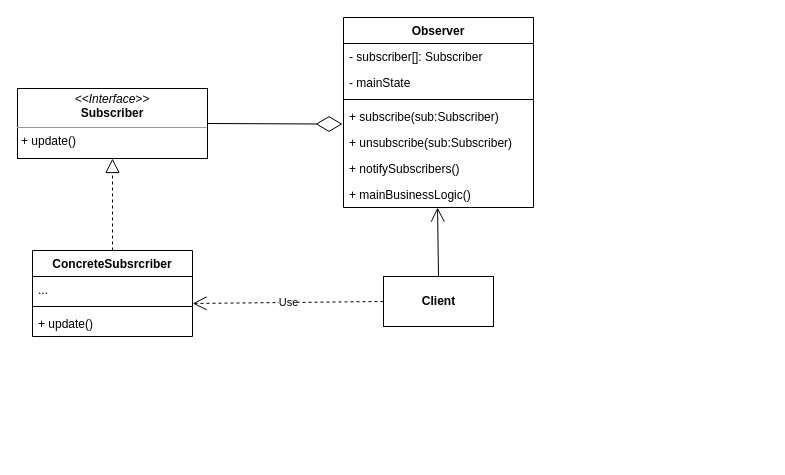
This is 观察者模式.drawio from HsoulLink/designpattern_pic, a draw.io file, before an edit. Source tidied: cells renumbered, new cells numbered last; positions are measured from the earlier drawing's top-left corner, leaving out a move shared by most shapes. Both pictures are drawn from the tidied source at 100%, with x=0, y=0 at pixel (17, 17).
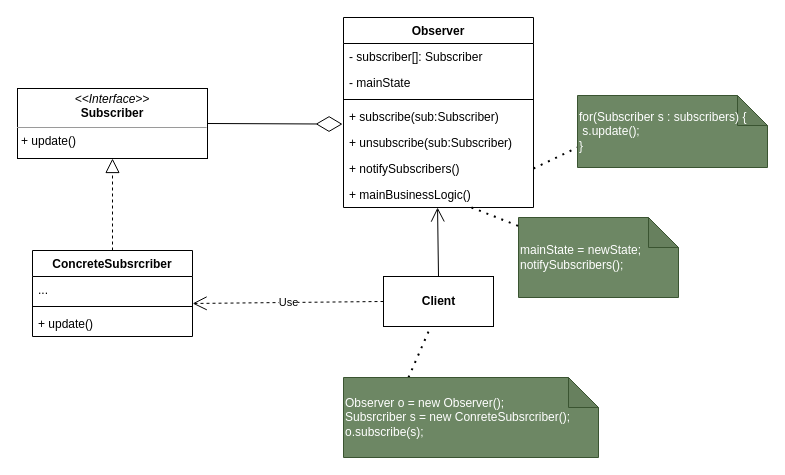
The same diagram, later.

Commit message (it also covers changes not shown here):
更新观察者模式.drawio

Unchanged cells that the change refers to:
```xml
<mxCell id="8" value="+ notifySubscribers()" style="text;strokeColor=none;fillColor=none;align=left;verticalAlign=top;spacingLeft=4;spacingRight=4;overflow=hidden;points=[[0,0.5],[1,0.5]];portConstraint=eastwest;" parent="2" vertex="1">
  <mxGeometry y="138" width="190" height="26" as="geometry" />
</mxCell>
<mxCell id="9" value="+ mainBusinessLogic()" style="text;strokeColor=none;fillColor=none;align=left;verticalAlign=top;spacingLeft=4;spacingRight=4;overflow=hidden;points=[[0,0.5],[1,0.5]];portConstraint=eastwest;" parent="2" vertex="1">
  <mxGeometry y="164" width="190" height="26" as="geometry" />
</mxCell>
<mxCell id="17" value="Client" style="html=1;fontStyle=1;" parent="1" vertex="1">
  <mxGeometry x="366" y="259" width="110" height="50" as="geometry" />
</mxCell>
```

Diff of the diagram source:
```diff
@@
+    <mxCell id="20" style="endArrow=none;dashed=1;html=1;dashPattern=1 3;strokeWidth=2;rounded=0;exitX=1;exitY=0.5;exitDx=0;exitDy=0;" parent="1" edge="1" source="8">
+      <mxGeometry relative="1" as="geometry">
+        <mxPoint x="560" y="130" as="targetPoint" />
+      </mxGeometry>
+    </mxCell>
+    <mxCell id="21" value="for(Subscriber s : subscribers) {&lt;br&gt;&lt;span style=&quot;white-space: pre;&quot;&gt; &lt;/span&gt;s.update();&lt;br&gt;}" style="shape=note;whiteSpace=wrap;html=1;backgroundOutline=1;darkOpacity=0.05;align=left;fillColor=#6d8764;fontColor=#ffffff;strokeColor=#3A5431;" parent="1" vertex="1">
+      <mxGeometry x="560" y="78" width="190" height="72" as="geometry" />
+    </mxCell>
+    <mxCell id="22" style="endArrow=none;dashed=1;html=1;dashPattern=1 3;strokeWidth=2;rounded=0;entryX=0.431;entryY=0.992;entryDx=0;entryDy=0;entryPerimeter=0;" parent="1" edge="1" target="17">
+      <mxGeometry relative="1" as="geometry">
+        <mxPoint x="391" y="360" as="sourcePoint" />
+      </mxGeometry>
+    </mxCell>
+    <mxCell id="23" value="Observer o = new Observer();&lt;br&gt;Subsrcriber s = new ConreteSubsrcriber();&lt;br&gt;o.subscribe(s);" style="shape=note;whiteSpace=wrap;html=1;backgroundOutline=1;darkOpacity=0.05;align=left;fillColor=#6d8764;fontColor=#ffffff;strokeColor=#3A5431;" parent="1" vertex="1">
+      <mxGeometry x="326" y="360" width="255" height="80" as="geometry" />
+    </mxCell>
+    <mxCell id="24" value="mainState = newState;&lt;br&gt;notifySubscribers();" style="shape=note;whiteSpace=wrap;html=1;backgroundOutline=1;darkOpacity=0.05;align=left;fillColor=#6d8764;fontColor=#ffffff;strokeColor=#3A5431;" parent="1" vertex="1">
+      <mxGeometry x="501" y="200" width="160" height="80" as="geometry" />
+    </mxCell>
+    <mxCell id="25" style="endArrow=none;dashed=1;html=1;dashPattern=1 3;strokeWidth=2;rounded=0;" parent="1" edge="1" source="9" target="24">
+      <mxGeometry relative="1" as="geometry" />
+    </mxCell>
```
